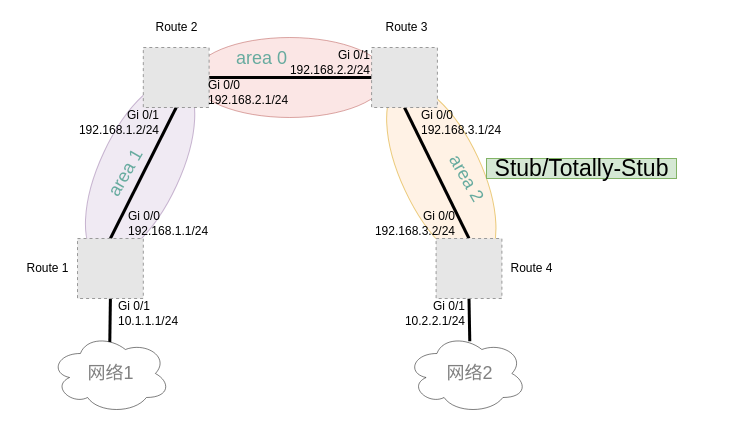
The draw.io diagram Documentation/Router/OSPF/OSPF stub_totally stub.drawio in KerwinKwong/Draw, before the edit. Source tidied: cells renumbered, new cells numbered last; positions are measured from the earlier drawing's top-left corner, leaving out a move shared by most shapes. Both pictures are drawn from the tidied source at 100%, with x=0, y=0 at pixel (17, 17). Pictures stored in the file or linked from it are replaced by grey dashed boxes.
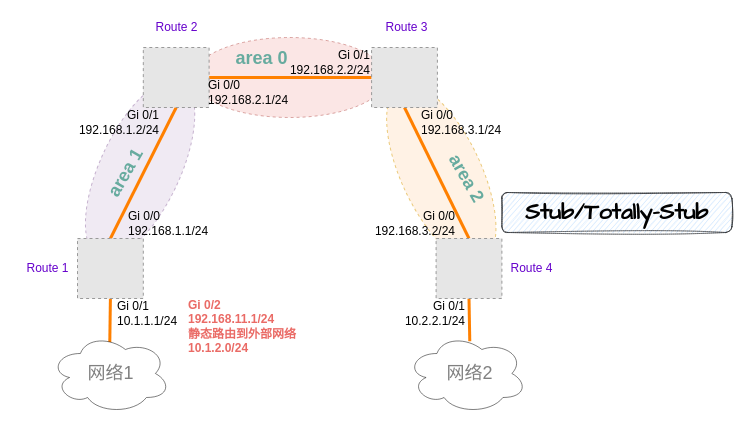
After the change.

Unchanged cells that the change refers to:
```xml
<mxCell id="8" style="fillColor=#E6E6E6;strokeColor=#999999;dashed=1;verticalLabelPosition=bottom;labelBackgroundColor=#ffffff;verticalAlign=top;" parent="1" vertex="1">
  <mxGeometry x="125.8" y="30" width="65.8" height="60" as="geometry" />
</mxCell>
<mxCell id="10" style="fillColor=#E6E6E6;strokeColor=#999999;dashed=1;verticalLabelPosition=bottom;labelBackgroundColor=#ffffff;verticalAlign=top;" parent="1" vertex="1">
  <mxGeometry x="354.1" y="30" width="65.8" height="60" as="geometry" />
</mxCell>
<mxCell id="12" style="fillColor=#E6E6E6;strokeColor=#999999;dashed=1;verticalLabelPosition=bottom;labelBackgroundColor=#ffffff;verticalAlign=top;" parent="1" vertex="1">
  <mxGeometry x="418.6" y="221" width="65.8" height="60" as="geometry" />
</mxCell>
```

The edit, as a diff of the source:
```diff
@@
+    <mxCell id="34" parent="0" />
+    <mxCell id="35" style="ellipse;whiteSpace=wrap;html=1;rotation=-115;fillColor=#ffe6cc;strokeColor=#d79b00;opacity=50;dashed=1;" parent="34" vertex="1">
+      <mxGeometry x="327" y="116" width="193.6" height="80" as="geometry" />
+    </mxCell>
+    <mxCell id="36" style="ellipse;whiteSpace=wrap;html=1;rotation=0;fillColor=#f8cecc;strokeColor=#b85450;opacity=50;dashed=1;" parent="34" vertex="1">
+      <mxGeometry x="175.4" y="20" width="193.6" height="80" as="geometry" />
+    </mxCell>
+    <mxCell id="37" style="ellipse;whiteSpace=wrap;html=1;rotation=-65;fillColor=#e1d5e7;strokeColor=#9673a6;opacity=50;dashed=1;" parent="34" vertex="1">
+      <mxGeometry x="25.8" y="111.6" width="193.6" height="80" as="geometry" />
+    </mxCell>
+    <mxCell id="27" value="area 1" style="text;html=1;align=center;verticalAlign=middle;strokeColor=none;fontSize=18;fontColor=#67AB9F;rotation=-60;fontStyle=1;" parent="34" vertex="1">
+      <mxGeometry x="67.9" y="141" width="80" height="30" as="geometry" />
+    </mxCell>
+    <mxCell id="28" value="area 0" style="text;html=1;align=center;verticalAlign=middle;strokeColor=none;fontSize=18;fontColor=#67AB9F;rotation=0;fontStyle=1;" parent="34" vertex="1">
+      <mxGeometry x="203.6" y="26" width="80" height="30" as="geometry" />
+    </mxCell>
+    <mxCell id="29" value="area 2" style="text;html=1;align=center;verticalAlign=middle;strokeColor=none;fontSize=18;fontColor=#67AB9F;rotation=60;fontStyle=1;" parent="34" vertex="1">
+      <mxGeometry x="409.4" y="146" width="80" height="30" as="geometry" />
+    </mxCell>
@@
-    <mxCell id="3" style="ellipse;whiteSpace=wrap;html=1;rotation=-115;fillColor=#ffe6cc;strokeColor=#d79b00;opacity=50;" parent="1" vertex="1">
-      <mxGeometry x="327" y="116" width="193.6" height="80" as="geometry" />
-    </mxCell>
-    <mxCell id="4" style="ellipse;whiteSpace=wrap;html=1;rotation=0;fillColor=#f8cecc;strokeColor=#b85450;opacity=50;" parent="1" vertex="1">
-      <mxGeometry x="175.4" y="20" width="193.6" height="80" as="geometry" />
-    </mxCell>
-    <mxCell id="5" style="ellipse;whiteSpace=wrap;html=1;rotation=-65;fillColor=#e1d5e7;strokeColor=#9673a6;opacity=50;" parent="1" vertex="1">
-      <mxGeometry x="25.8" y="111.6" width="193.6" height="80" as="geometry" />
-    </mxCell>
-    <mxCell id="6" style="edgeStyle=orthogonalEdgeStyle;rounded=0;jettySize=auto;html=1;exitX=1;exitY=0.5;exitDx=0;exitDy=0;entryX=0;entryY=0.5;entryDx=0;entryDy=0;endArrow=none;endFill=0;strokeWidth=3;" parent="1" edge="1" source="8" target="10">
+    <mxCell id="6" style="edgeStyle=orthogonalEdgeStyle;rounded=0;jettySize=auto;html=1;exitX=1;exitY=0.5;exitDx=0;exitDy=0;entryX=0;entryY=0.5;entryDx=0;entryDy=0;endArrow=none;endFill=0;strokeWidth=3;strokeColor=#FF8000;" parent="1" edge="1" source="8" target="10">
       <mxGeometry relative="1" as="geometry" />
     </mxCell>
-    <mxCell id="7" style="rounded=0;jettySize=auto;html=1;exitX=0.5;exitY=1;exitDx=0;exitDy=0;entryX=0.5;entryY=0;entryDx=0;entryDy=0;endArrow=none;endFill=0;strokeWidth=3;" parent="1" edge="1" source="8" target="17">
+    <mxCell id="7" style="rounded=0;jettySize=auto;html=1;exitX=0.5;exitY=1;exitDx=0;exitDy=0;entryX=0.5;entryY=0;entryDx=0;entryDy=0;endArrow=none;endFill=0;strokeWidth=3;strokeColor=#FF8000;" parent="1" edge="1" source="8" target="17">
       <mxGeometry relative="1" as="geometry" />
     </mxCell>
@@
-    <mxCell id="9" style="rounded=0;jettySize=auto;html=1;exitX=0.5;exitY=1;exitDx=0;exitDy=0;endArrow=none;endFill=0;strokeWidth=3;entryX=0.5;entryY=0;entryDx=0;entryDy=0;" parent="1" edge="1" source="10" target="12">
+    <mxCell id="9" style="rounded=0;jettySize=auto;html=1;exitX=0.5;exitY=1;exitDx=0;exitDy=0;endArrow=none;endFill=0;strokeWidth=3;entryX=0.5;entryY=0;entryDx=0;entryDy=0;strokeColor=#FF8000;" parent="1" edge="1" source="10" target="12">
       <mxGeometry relative="1" as="geometry" />
     </mxCell>
@@
-    <mxCell id="11" style="edgeStyle=none;rounded=0;jettySize=auto;html=1;exitX=0.5;exitY=1;exitDx=0;exitDy=0;endArrow=none;endFill=0;strokeWidth=3;entryX=0.524;entryY=0.096;entryDx=0;entryDy=0;entryPerimeter=0;" parent="1" edge="1" source="12" target="32">
+    <mxCell id="11" style="edgeStyle=none;rounded=0;jettySize=auto;html=1;exitX=0.5;exitY=1;exitDx=0;exitDy=0;endArrow=none;endFill=0;strokeWidth=3;entryX=0.524;entryY=0.096;entryDx=0;entryDy=0;entryPerimeter=0;strokeColor=#FF8000;" parent="1" edge="1" source="12" target="32">
       <mxGeometry relative="1" as="geometry" />
     </mxCell>
@@
+    <mxCell id="16" style="edgeStyle=none;rounded=0;jettySize=auto;html=1;exitX=0.5;exitY=1;exitDx=0;exitDy=0;endArrow=none;endFill=0;strokeWidth=3;entryX=0.495;entryY=0.108;entryDx=0;entryDy=0;entryPerimeter=0;strokeColor=#FF8000;" parent="1" edge="1" source="17" target="31">
+      <mxGeometry relative="1" as="geometry" />
+    </mxCell>
+    <mxCell id="17" style="fillColor=#E6E6E6;strokeColor=#999999;dashed=1;verticalLabelPosition=bottom;labelBackgroundColor=#ffffff;verticalAlign=top;" parent="1" vertex="1">
+      <mxGeometry x="60" y="221" width="65.8" height="60" as="geometry" />
+    </mxCell>
+    <mxCell id="30" value="网络1" style="text;html=1;align=center;verticalAlign=middle;strokeColor=none;fontSize=18;" parent="1" vertex="1">
+      <mxGeometry x="62.9" y="341" width="60" height="30" as="geometry" />
+    </mxCell>
+    <mxCell id="31" style="ellipse;shape=cloud;whiteSpace=wrap;html=1;fontSize=18;fontColor=#000000;opacity=50;" parent="1" vertex="1">
+      <mxGeometry x="32.9" y="316" width="120" height="80" as="geometry" />
+    </mxCell>
+    <mxCell id="32" style="ellipse;shape=cloud;whiteSpace=wrap;html=1;fontSize=18;fontColor=#000000;opacity=50;" parent="1" vertex="1">
+      <mxGeometry x="389.4" y="316" width="120" height="80" as="geometry" />
+    </mxCell>
+    <mxCell id="38" parent="0" />
-    <mxCell id="13" value="Route 2" style="text;html=1;align=center;verticalAlign=middle;strokeColor=none;" parent="1" vertex="1">
+    <mxCell id="13" value="Route 2" style="text;html=1;align=center;verticalAlign=middle;strokeColor=none;fontColor=#6600CC;" parent="38" vertex="1">
       <mxGeometry x="128.6" width="60" height="20" as="geometry" />
     </mxCell>
-    <mxCell id="14" value="Route 4" style="text;html=1;align=center;verticalAlign=middle;strokeColor=none;" parent="1" vertex="1">
+    <mxCell id="14" value="Route 4" style="text;html=1;align=center;verticalAlign=middle;strokeColor=none;fontColor=#6600CC;" parent="38" vertex="1">
       <mxGeometry x="484.4" y="241" width="60" height="20" as="geometry" />
     </mxCell>
-    <mxCell id="15" value="Gi 0/0&lt;br&gt;192.168.1.1/24" style="text;html=1;align=left;verticalAlign=middle;strokeColor=none;" parent="1" vertex="1">
+    <mxCell id="15" value="Gi 0/0&lt;br&gt;192.168.1.1/24" style="text;html=1;align=left;verticalAlign=middle;strokeColor=none;" parent="38" vertex="1">
       <mxGeometry x="108.6" y="191" width="100" height="30" as="geometry" />
     </mxCell>
-    <mxCell id="16" style="edgeStyle=none;rounded=0;jettySize=auto;html=1;exitX=0.5;exitY=1;exitDx=0;exitDy=0;endArrow=none;endFill=0;strokeWidth=3;entryX=0.495;entryY=0.108;entryDx=0;entryDy=0;entryPerimeter=0;" parent="1" edge="1" source="17" target="31">
-      <mxGeometry relative="1" as="geometry" />
-    </mxCell>
-    <mxCell id="17" style="fillColor=#E6E6E6;strokeColor=#999999;dashed=1;verticalLabelPosition=bottom;labelBackgroundColor=#ffffff;verticalAlign=top;" parent="1" vertex="1">
-      <mxGeometry x="60" y="221" width="65.8" height="60" as="geometry" />
-    </mxCell>
-    <mxCell id="18" value="Route 1" style="text;html=1;align=center;verticalAlign=middle;strokeColor=none;" parent="1" vertex="1">
+    <mxCell id="18" value="Route 1" style="text;html=1;align=center;verticalAlign=middle;strokeColor=none;fontColor=#6600CC;" parent="38" vertex="1">
       <mxGeometry y="241" width="60" height="20" as="geometry" />
     </mxCell>
-    <mxCell id="19" value="Route 3" style="text;html=1;align=center;verticalAlign=middle;strokeColor=none;" parent="1" vertex="1">
+    <mxCell id="19" value="Route 3" style="text;html=1;align=center;verticalAlign=middle;strokeColor=none;fontColor=#6600CC;" parent="38" vertex="1">
       <mxGeometry x="358.6" width="60" height="20" as="geometry" />
     </mxCell>
-    <mxCell id="20" value="Gi 0/1&lt;br&gt;192.168.1.2/24" style="text;html=1;align=right;verticalAlign=middle;strokeColor=none;" parent="1" vertex="1">
+    <mxCell id="20" value="Gi 0/1&lt;br&gt;192.168.1.2/24" style="text;html=1;align=right;verticalAlign=middle;strokeColor=none;" parent="38" vertex="1">
       <mxGeometry x="42.9" y="90" width="100" height="30" as="geometry" />
     </mxCell>
-    <mxCell id="21" value="Gi 0/1&lt;br&gt;192.168.2.2/24" style="text;html=1;align=right;verticalAlign=middle;strokeColor=none;" parent="1" vertex="1">
+    <mxCell id="21" value="Gi 0/1&lt;br&gt;192.168.2.2/24" style="text;html=1;align=right;verticalAlign=middle;strokeColor=none;" parent="38" vertex="1">
       <mxGeometry x="254.1" y="30" width="100" height="30" as="geometry" />
     </mxCell>
-    <mxCell id="22" value="Gi 0/0&lt;br&gt;192.168.2.1/24" style="text;html=1;align=left;verticalAlign=middle;strokeColor=none;" parent="1" vertex="1">
+    <mxCell id="22" value="Gi 0/0&lt;br&gt;192.168.2.1/24" style="text;html=1;align=left;verticalAlign=middle;strokeColor=none;" parent="38" vertex="1">
       <mxGeometry x="188.6" y="60" width="100" height="30" as="geometry" />
     </mxCell>
-    <mxCell id="23" value="Gi 0/0&lt;br&gt;192.168.3.1/24" style="text;html=1;align=left;verticalAlign=middle;strokeColor=none;" parent="1" vertex="1">
+    <mxCell id="23" value="Gi 0/0&lt;br&gt;192.168.3.1/24" style="text;html=1;align=left;verticalAlign=middle;strokeColor=none;" parent="38" vertex="1">
       <mxGeometry x="401.5" y="90" width="100" height="30" as="geometry" />
     </mxCell>
-    <mxCell id="24" value="Gi 0/0&lt;br&gt;192.168.3.2/24" style="text;html=1;align=right;verticalAlign=middle;strokeColor=none;" parent="1" vertex="1">
+    <mxCell id="24" value="Gi 0/0&lt;br&gt;192.168.3.2/24" style="text;html=1;align=right;verticalAlign=middle;strokeColor=none;" parent="38" vertex="1">
       <mxGeometry x="339" y="191" width="100" height="30" as="geometry" />
     </mxCell>
-    <mxCell id="25" value="Gi 0/1&lt;br&gt;10.1.1.1/24" style="text;html=1;align=left;verticalAlign=middle;strokeColor=none;" parent="1" vertex="1">
-      <mxGeometry x="99" y="281" width="80" height="30" as="geometry" />
+    <mxCell id="25" value="Gi 0/1&lt;br&gt;10.1.1.1/24" style="text;html=1;align=left;verticalAlign=middle;strokeColor=none;" parent="38" vertex="1">
+      <mxGeometry x="98" y="281" width="80" height="30" as="geometry" />
     </mxCell>
-    <mxCell id="26" value="Gi 0/1&lt;br&gt;10.2.2.1/24" style="text;html=1;align=right;verticalAlign=middle;strokeColor=none;" parent="1" vertex="1">
+    <mxCell id="26" value="Gi 0/1&lt;br&gt;10.2.2.1/24" style="text;html=1;align=right;verticalAlign=middle;strokeColor=none;" parent="38" vertex="1">
       <mxGeometry x="369" y="281" width="80" height="30" as="geometry" />
     </mxCell>
-    <mxCell id="27" value="area 1" style="text;html=1;align=center;verticalAlign=middle;strokeColor=none;fontSize=18;fontColor=#67AB9F;rotation=-60;" parent="1" vertex="1">
-      <mxGeometry x="72.9" y="141" width="70" height="30" as="geometry" />
-    </mxCell>
-    <mxCell id="28" value="area 0" style="text;html=1;align=center;verticalAlign=middle;strokeColor=none;fontSize=18;fontColor=#67AB9F;rotation=0;" parent="1" vertex="1">
-      <mxGeometry x="208.6" y="26" width="70" height="30" as="geometry" />
-    </mxCell>
-    <mxCell id="29" value="area 2" style="text;html=1;align=center;verticalAlign=middle;strokeColor=none;fontSize=18;fontColor=#67AB9F;rotation=60;" parent="1" vertex="1">
-      <mxGeometry x="414.4" y="146" width="70" height="30" as="geometry" />
-    </mxCell>
-    <mxCell id="30" value="网络1" style="text;html=1;align=center;verticalAlign=middle;strokeColor=none;fontSize=18;" parent="1" vertex="1">
-      <mxGeometry x="62.9" y="341" width="60" height="30" as="geometry" />
-    </mxCell>
-    <mxCell id="31" style="ellipse;shape=cloud;whiteSpace=wrap;html=1;fontSize=18;fontColor=#000000;opacity=50;" parent="1" vertex="1">
-      <mxGeometry x="32.9" y="316" width="120" height="80" as="geometry" />
-    </mxCell>
-    <mxCell id="32" style="ellipse;shape=cloud;whiteSpace=wrap;html=1;fontSize=18;fontColor=#000000;opacity=50;" parent="1" vertex="1">
-      <mxGeometry x="389.4" y="316" width="120" height="80" as="geometry" />
-    </mxCell>
-    <mxCell id="33" value="&lt;font style=&quot;font-size: 23px&quot;&gt;Stub/Totally-Stub&lt;/font&gt;" style="text;html=1;align=center;verticalAlign=middle;strokeColor=#82b366;fillColor=#d5e8d4;" parent="1" vertex="1">
-      <mxGeometry x="469" y="141" width="190" height="20" as="geometry" />
+    <mxCell id="33" value="&lt;font style=&quot;font-size: 23px&quot;&gt;Stub/Totally-Stub&lt;/font&gt;" style="text;html=1;align=center;verticalAlign=middle;fontStyle=1;fillColor=#cce5ff;strokeColor=#36393d;rounded=1;dashed=1;dashPattern=1 1;shadow=0;glass=0;sketch=1;labelBackgroundColor=none;labelBorderColor=none;fontFamily=Comic Sans MS;" parent="38" vertex="1">
+      <mxGeometry x="484.4" y="175" width="230" height="40" as="geometry" />
     </mxCell>
+    <mxCell id="39" value="Gi 0/2&lt;br&gt;192.168.11.1/24&amp;nbsp;&lt;br&gt;静态路由到外部网络&lt;br&gt;10.1.2.0/24" style="text;strokeColor=none;fillColor=none;align=left;verticalAlign=middle;whiteSpace=wrap;rounded=0;shadow=0;glass=0;dashed=1;dashPattern=1 1;labelBackgroundColor=none;labelBorderColor=none;sketch=1;fontFamily=Helvetica;fontSize=12;fontColor=#EA6B66;html=1;fontStyle=1;" parent="38" vertex="1">
+      <mxGeometry x="168.6" y="281" width="190" height="56" as="geometry" />
+    </mxCell>
```
